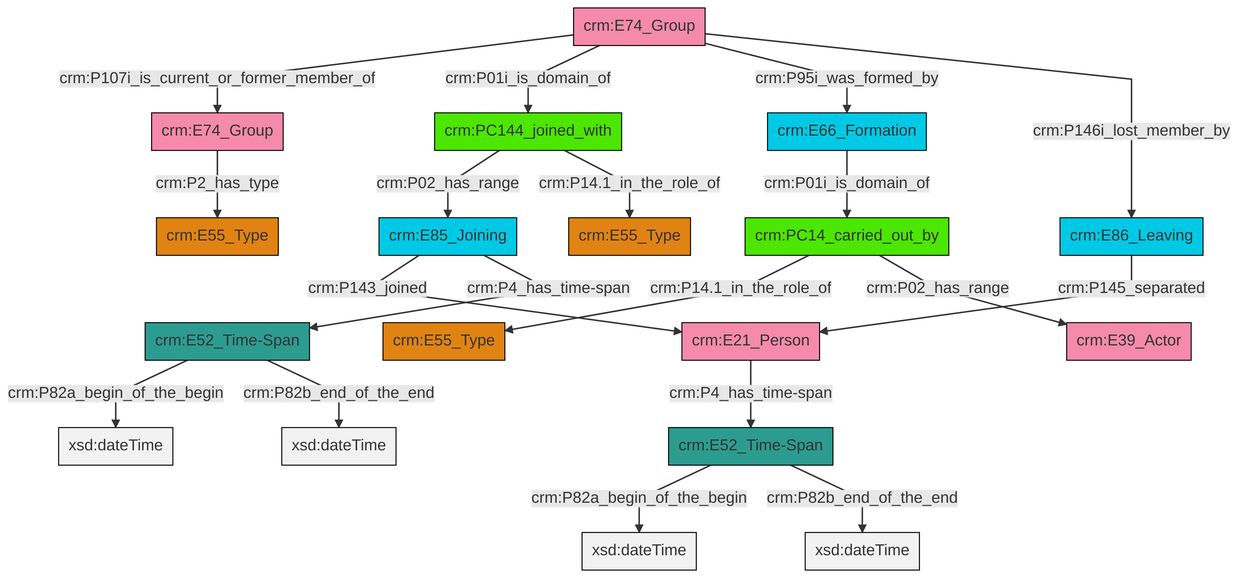
Earlier version of the Mermaid export et/groupCSV/ttl/mmd/png/group_actor_relations.png (swiss-art-research-net/reference-data-models). Its source is kept beside it as et/groupCSV/ttl/mmd/group_actor_relations.ttl.mmd.
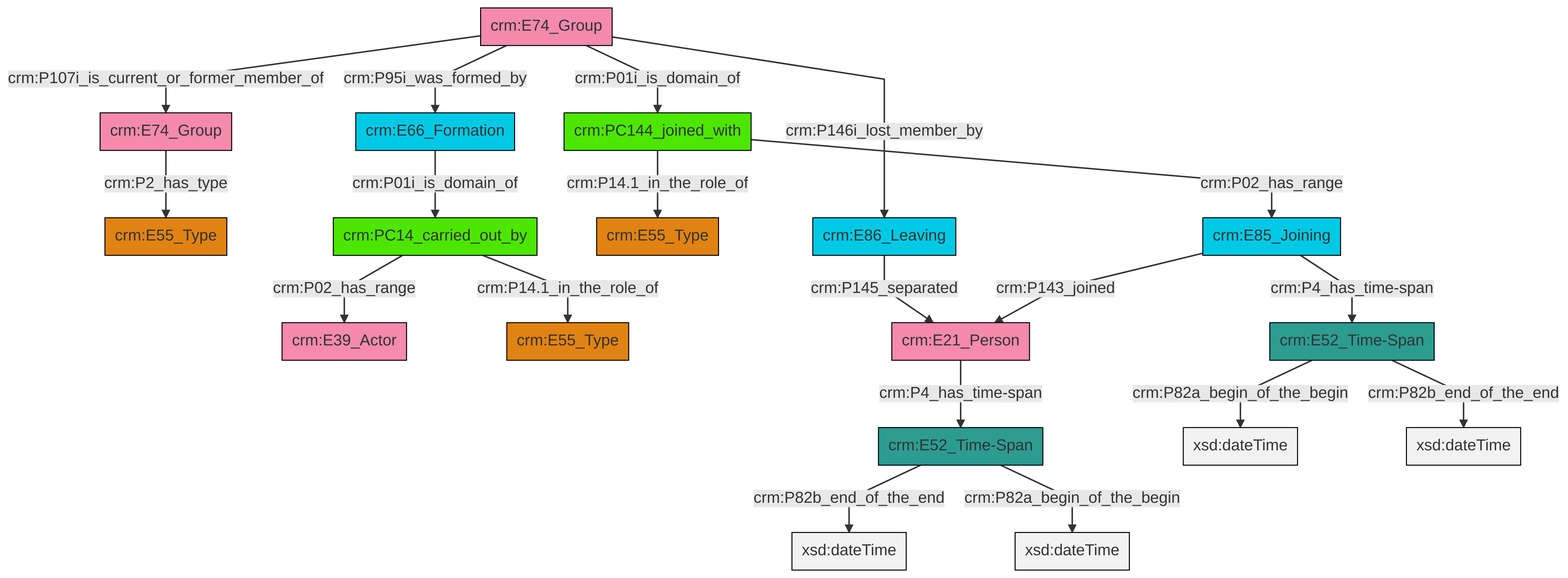
After the commit.

What changed in the source:
```diff
@@ -13,21 +13,21 @@
 classDef PC_Classes fill:#4ce600, stroke:#000000;
 classDef Multi fill:#cccccc,stroke:#000000;
 
-4["crm:E52_Time-Span"]:::Time-Span -->|crm:P82a_begin_of_the_begin| 6[xsd:dateTime]:::Literal
-2["crm:E52_Time-Span"]:::Time-Span -->|crm:P82a_begin_of_the_begin| 7[xsd:dateTime]:::Literal
-8["crm:E21_Person"]:::Actor -->|crm:P4_has_time-span| 2["crm:E52_Time-Span"]:::Time-Span
-9["crm:PC144_joined_with"]:::PC_Classes -->|crm:P02_has_range| 10["crm:E85_Joining"]:::Temporal_Entity
-10["crm:E85_Joining"]:::Temporal_Entity -->|crm:P143_joined| 8["crm:E21_Person"]:::Actor
-15["crm:E74_Group"]:::Actor -->|crm:P107i_is_current_or_former_member_of| 16["crm:E74_Group"]:::Actor
-2["crm:E52_Time-Span"]:::Time-Span -->|crm:P82b_end_of_the_end| 19[xsd:dateTime]:::Literal
-10["crm:E85_Joining"]:::Temporal_Entity -->|crm:P4_has_time-span| 4["crm:E52_Time-Span"]:::Time-Span
-15["crm:E74_Group"]:::Actor -->|crm:P01i_is_domain_of| 9["crm:PC144_joined_with"]:::PC_Classes
-15["crm:E74_Group"]:::Actor -->|crm:P95i_was_formed_by| 12["crm:E66_Formation"]:::Temporal_Entity
-4["crm:E52_Time-Span"]:::Time-Span -->|crm:P82b_end_of_the_end| 22[xsd:dateTime]:::Literal
-15["crm:E74_Group"]:::Actor -->|crm:P146i_lost_member_by| 20["crm:E86_Leaving"]:::Temporal_Entity
-16["crm:E74_Group"]:::Actor -->|crm:P2_has_type| 23["crm:E55_Type"]:::Type
-24["crm:PC14_carried_out_by"]:::PC_Classes -->|crm:P14.1_in_the_role_of| 0["crm:E55_Type"]:::Type
-20["crm:E86_Leaving"]:::Temporal_Entity -->|crm:P145_separated| 8["crm:E21_Person"]:::Actor
-12["crm:E66_Formation"]:::Temporal_Entity -->|crm:P01i_is_domain_of| 24["crm:PC14_carried_out_by"]:::PC_Classes
-9["crm:PC144_joined_with"]:::PC_Classes -->|crm:P14.1_in_the_role_of| 17["crm:E55_Type"]:::Type
-24["crm:PC14_carried_out_by"]:::PC_Classes -->|crm:P02_has_range| 29["crm:E39_Actor"]:::Actor
+0["crm:E74_Group"]:::Actor -->|crm:P2_has_type| 1["crm:E55_Type"]:::Type
+2["crm:PC144_joined_with"]:::PC_Classes -->|crm:P02_has_range| 3["crm:E85_Joining"]:::Temporal_Entity
+7["crm:PC14_carried_out_by"]:::PC_Classes -->|crm:P02_has_range| 8["crm:E39_Actor"]:::Actor
+7["crm:PC14_carried_out_by"]:::PC_Classes -->|crm:P14.1_in_the_role_of| 9["crm:E55_Type"]:::Type
+11["crm:E21_Person"]:::Actor -->|crm:P4_has_time-span| 12["crm:E52_Time-Span"]:::Time-Span
+17["crm:E74_Group"]:::Actor -->|crm:P146i_lost_member_by| 20["crm:E86_Leaving"]:::Temporal_Entity
+12["crm:E52_Time-Span"]:::Time-Span -->|crm:P82b_end_of_the_end| 24[xsd:dateTime]:::Literal
+14["crm:E52_Time-Span"]:::Time-Span -->|crm:P82a_begin_of_the_begin| 25[xsd:dateTime]:::Literal
+17["crm:E74_Group"]:::Actor -->|crm:P01i_is_domain_of| 2["crm:PC144_joined_with"]:::PC_Classes
+17["crm:E74_Group"]:::Actor -->|crm:P107i_is_current_or_former_member_of| 0["crm:E74_Group"]:::Actor
+20["crm:E86_Leaving"]:::Temporal_Entity -->|crm:P145_separated| 11["crm:E21_Person"]:::Actor
+28["crm:E66_Formation"]:::Temporal_Entity -->|crm:P01i_is_domain_of| 7["crm:PC14_carried_out_by"]:::PC_Classes
+2["crm:PC144_joined_with"]:::PC_Classes -->|crm:P14.1_in_the_role_of| 4["crm:E55_Type"]:::Type
+12["crm:E52_Time-Span"]:::Time-Span -->|crm:P82a_begin_of_the_begin| 31[xsd:dateTime]:::Literal
+14["crm:E52_Time-Span"]:::Time-Span -->|crm:P82b_end_of_the_end| 33[xsd:dateTime]:::Literal
+17["crm:E74_Group"]:::Actor -->|crm:P95i_was_formed_by| 28["crm:E66_Formation"]:::Temporal_Entity
+3["crm:E85_Joining"]:::Temporal_Entity -->|crm:P4_has_time-span| 14["crm:E52_Time-Span"]:::Time-Span
+3["crm:E85_Joining"]:::Temporal_Entity -->|crm:P143_joined| 11["crm:E21_Person"]:::Actor
```
